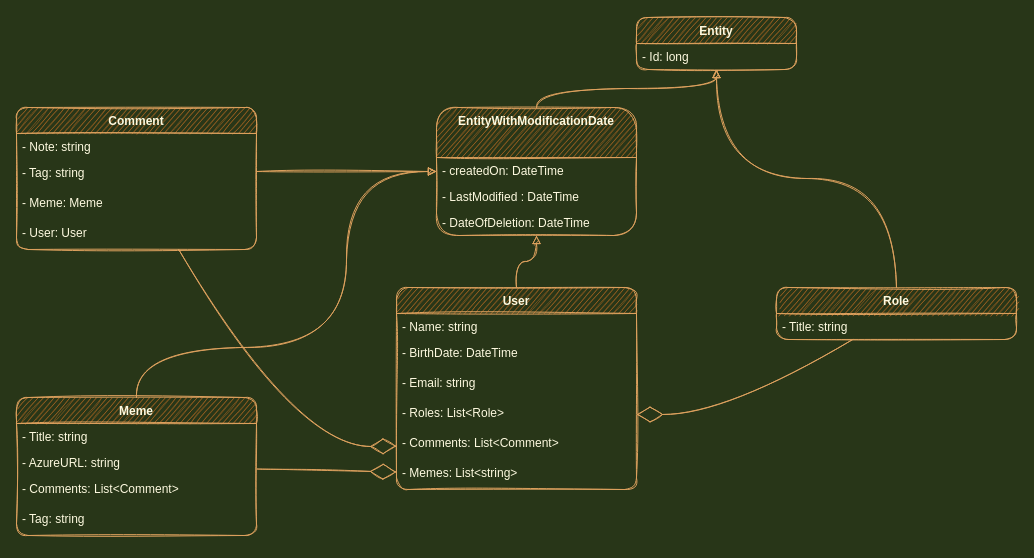
This is petProject.drawio from Sairieth/MemeIt, a draw.io file, before an edit. Source tidied: cells renumbered, new cells numbered last; positions are measured from the earlier drawing's top-left corner, leaving out a move shared by most shapes. Both pictures are drawn from the tidied source at 100%, with x=0, y=0 at pixel (16, 17).
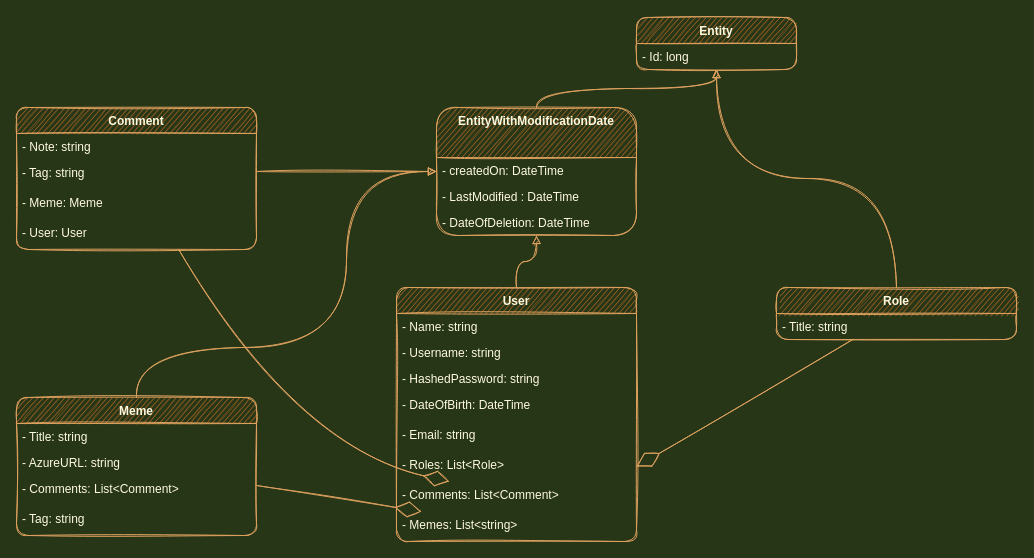
Above is the later version.

What changed in the source:
```diff
@@
     <mxCell id="2" value="User" style="swimlane;fontStyle=1;align=center;verticalAlign=top;horizontal=1;startSize=26;rounded=1;fontColor=#FEFAE0;strokeColor=#DDA15E;fillColor=#BC6C25;sketch=1;" parent="1" vertex="1">
-      <mxGeometry x="380" y="270" width="240" height="202" as="geometry" />
+      <mxGeometry x="380" y="270" width="240" height="254" as="geometry" />
     </mxCell>
+    <mxCell id="37" value="- Name: string" style="text;strokeColor=none;fillColor=none;align=left;verticalAlign=top;spacingLeft=4;spacingRight=4;overflow=hidden;rounded=1;fontColor=#FEFAE0;sketch=1;" parent="2" vertex="1">
+      <mxGeometry y="26" width="240" height="26" as="geometry" />
+    </mxCell>
-    <mxCell id="3" value="- Name: string" style="text;strokeColor=none;fillColor=none;align=left;verticalAlign=top;spacingLeft=4;spacingRight=4;overflow=hidden;rounded=1;fontColor=#FEFAE0;sketch=1;" parent="2" vertex="1">
-      <mxGeometry y="26" width="240" height="26" as="geometry" />
+    <mxCell id="3" value="- Username: string" style="text;strokeColor=none;fillColor=none;align=left;verticalAlign=top;spacingLeft=4;spacingRight=4;overflow=hidden;rounded=1;fontColor=#FEFAE0;sketch=1;" parent="2" vertex="1">
+      <mxGeometry y="52" width="240" height="26" as="geometry" />
     </mxCell>
+    <mxCell id="38" value="- HashedPassword: string" style="text;strokeColor=none;fillColor=none;align=left;verticalAlign=top;spacingLeft=4;spacingRight=4;overflow=hidden;rounded=1;fontColor=#FEFAE0;sketch=1;" parent="2" vertex="1">
+      <mxGeometry y="78" width="240" height="26" as="geometry" />
+    </mxCell>
-    <mxCell id="4" value="- BirthDate: DateTime" style="text;strokeColor=none;fillColor=none;align=left;verticalAlign=top;spacingLeft=4;spacingRight=4;overflow=hidden;rounded=1;fontColor=#FEFAE0;sketch=1;" parent="2" vertex="1">
-      <mxGeometry y="52" width="240" height="30" as="geometry" />
+    <mxCell id="4" value="- DateOfBirth: DateTime" style="text;strokeColor=none;fillColor=none;align=left;verticalAlign=top;spacingLeft=4;spacingRight=4;overflow=hidden;rounded=1;fontColor=#FEFAE0;sketch=1;" parent="2" vertex="1">
+      <mxGeometry y="104" width="240" height="30" as="geometry" />
     </mxCell>
     <mxCell id="5" value="- Email: string" style="text;strokeColor=none;fillColor=none;align=left;verticalAlign=top;spacingLeft=4;spacingRight=4;overflow=hidden;rounded=1;fontColor=#FEFAE0;sketch=1;" parent="2" vertex="1">
-      <mxGeometry y="82" width="240" height="30" as="geometry" />
+      <mxGeometry y="134" width="240" height="30" as="geometry" />
     </mxCell>
     <mxCell id="6" value="- Roles: List&lt;Role&gt;" style="text;strokeColor=none;fillColor=none;align=left;verticalAlign=top;spacingLeft=4;spacingRight=4;overflow=hidden;points=[[0,0.5],[1,0.5]];portConstraint=eastwest;rounded=1;fontColor=#FEFAE0;sketch=1;" parent="2" vertex="1">
-      <mxGeometry y="112" width="240" height="30" as="geometry" />
+      <mxGeometry y="164" width="240" height="30" as="geometry" />
     </mxCell>
     <mxCell id="7" value="- Comments: List&lt;Comment&gt;" style="text;strokeColor=none;fillColor=none;align=left;verticalAlign=top;spacingLeft=4;spacingRight=4;overflow=hidden;points=[[0,0.5],[1,0.5]];portConstraint=eastwest;rounded=1;fontColor=#FEFAE0;sketch=1;" parent="2" vertex="1">
-      <mxGeometry y="142" width="240" height="30" as="geometry" />
+      <mxGeometry y="194" width="240" height="30" as="geometry" />
     </mxCell>
     <mxCell id="8" value="- Memes: List&lt;string&gt;" style="text;strokeColor=none;fillColor=none;align=left;verticalAlign=top;spacingLeft=4;spacingRight=4;overflow=hidden;points=[[0,0.5],[1,0.5]];portConstraint=eastwest;rounded=1;fontColor=#FEFAE0;sketch=1;" parent="2" vertex="1">
-      <mxGeometry y="172" width="240" height="30" as="geometry" />
+      <mxGeometry y="224" width="240" height="30" as="geometry" />
     </mxCell>
```
